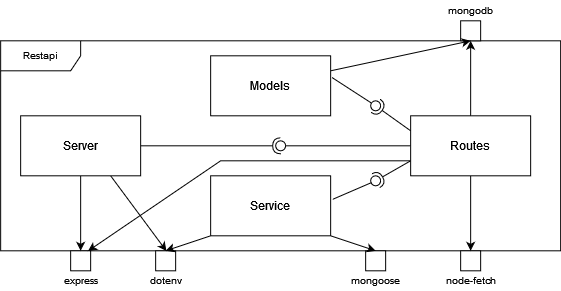
Arquisoft/dede_es5a keeps this draw.io diagram as docs/images/whitebox_restapi.png. Above is the earlier version. Source tidied: cells renumbered, new cells last; positions are measured from the earlier drawing's top-left corner, leaving out a move shared by most shapes.
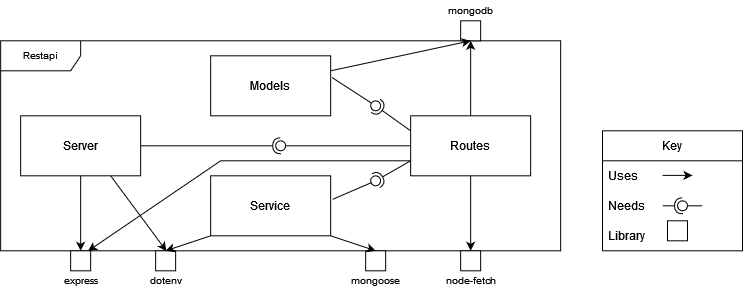
The same diagram one commit later.

Diff of the diagram source:
```diff
@@ -108,5 +108,39 @@
     <mxCell id="34" style="endArrow=classic;html=1;rounded=0;fontSize=10;exitX=0.5;exitY=1;exitDx=0;exitDy=0;entryX=0.5;entryY=0;entryDx=0;entryDy=0;" parent="1" edge="1" source="5" target="32">
       <mxGeometry relative="1" as="geometry" />
     </mxCell>
+    <mxCell id="35" value="Key" style="swimlane;fontStyle=0;horizontal=1;startSize=30;" parent="1" vertex="1">
+      <mxGeometry x="602" y="130.3" width="140" height="120" as="geometry" />
+    </mxCell>
+    <mxCell id="36" value="Uses" style="text;strokeColor=none;fillColor=none;align=left;verticalAlign=middle;spacingLeft=4;spacingRight=4;overflow=hidden;" parent="35" vertex="1">
+      <mxGeometry y="30" width="140" height="30" as="geometry" />
+    </mxCell>
+    <mxCell id="37" style="endArrow=classic;html=1;rounded=0;" parent="35" edge="1">
+      <mxGeometry relative="1" as="geometry">
+        <mxPoint x="60" y="44.6" as="sourcePoint" />
+        <mxPoint x="90" y="44.6" as="targetPoint" />
+      </mxGeometry>
+    </mxCell>
+    <mxCell id="38" value="Needs" style="text;strokeColor=none;fillColor=none;align=left;verticalAlign=middle;spacingLeft=4;spacingRight=4;overflow=hidden;" parent="35" vertex="1">
+      <mxGeometry y="60" width="140" height="30" as="geometry" />
+    </mxCell>
+    <mxCell id="39" value="Library " style="text;strokeColor=none;fillColor=none;align=left;verticalAlign=middle;spacingLeft=4;spacingRight=4;overflow=hidden;" parent="35" vertex="1">
+      <mxGeometry y="90" width="140" height="30" as="geometry" />
+    </mxCell>
+    <mxCell id="40" style="whiteSpace=wrap;html=1;fontSize=10;" parent="1" vertex="1">
+      <mxGeometry x="667" y="220.3" width="20" height="20" as="geometry" />
+    </mxCell>
+    <mxCell id="41" style="rounded=0;jettySize=auto;html=1;endArrow=none;endFill=0;sketch=0;sourcePerimeterSpacing=0;targetPerimeterSpacing=0;" parent="1" edge="1" target="43">
+      <mxGeometry relative="1" as="geometry">
+        <mxPoint x="702" y="205.3" as="sourcePoint" />
+      </mxGeometry>
+    </mxCell>
+    <mxCell id="42" style="rounded=0;jettySize=auto;html=1;endArrow=halfCircle;endFill=0;entryX=0.5;entryY=0.5;endSize=6;strokeWidth=1;sketch=0;" parent="1" edge="1" target="43">
+      <mxGeometry relative="1" as="geometry">
+        <mxPoint x="662" y="205.3" as="sourcePoint" />
+      </mxGeometry>
+    </mxCell>
+    <mxCell id="43" style="ellipse;whiteSpace=wrap;html=1;align=center;points=[];outlineConnect=0;sketch=0;" parent="1" vertex="1">
+      <mxGeometry x="677" y="200.3" width="10" height="10" as="geometry" />
+    </mxCell>
   </root>
 </mxGraphModel>
```
